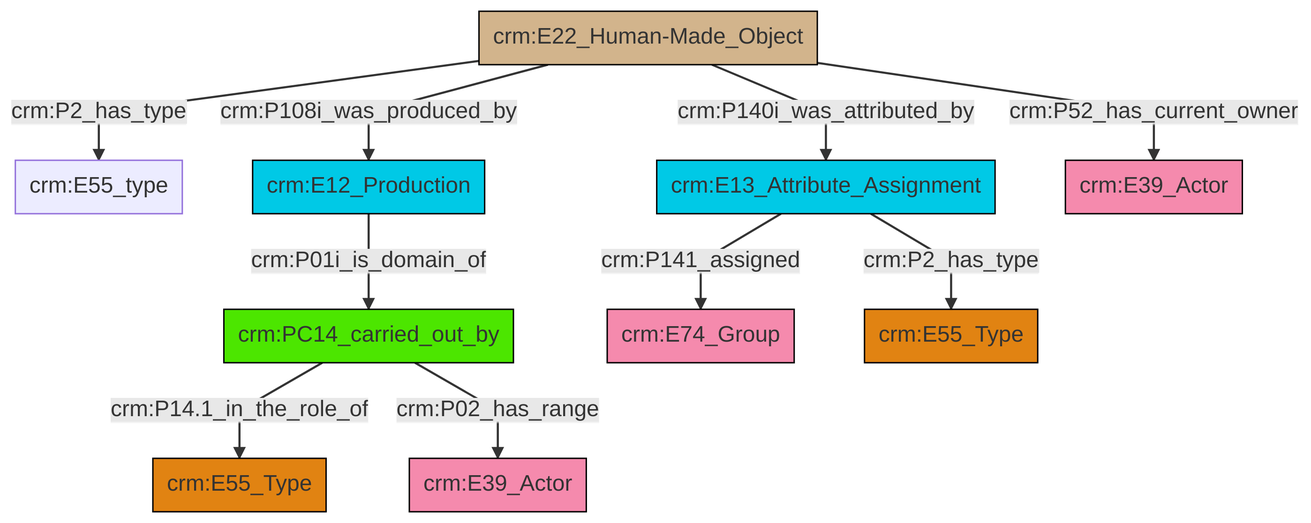
Before: et/builtWorkCSV/ttl/mmd/png/Built_Work_actor_relations.png, a diagram exported from Mermaid (swiss-art-research-net/reference-data-models). Its source is kept beside it as et/builtWorkCSV/ttl/mmd/Built_Work_actor_relations.ttl.mmd.
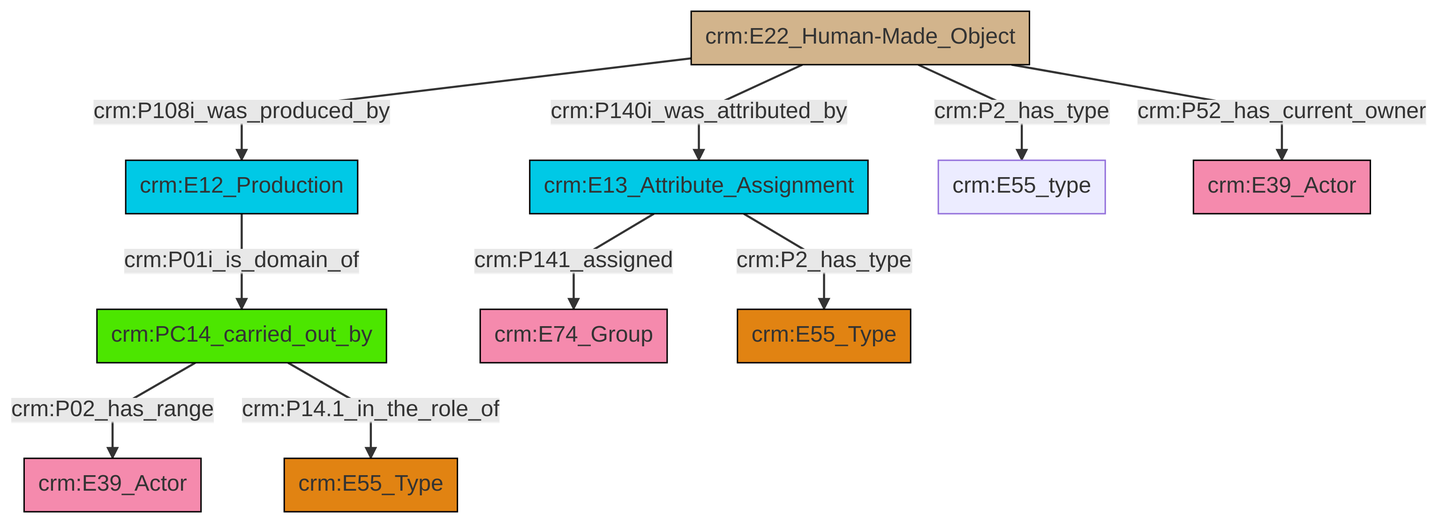
The same file after the commit.

The edit, as a diff of the source:
```diff
@@ -13,12 +13,12 @@
 classDef PC_Classes fill:#4ce600, stroke:#000000;
 classDef Multi fill:#cccccc,stroke:#000000;
 
-0["crm:E22_Human-Made_Object"]:::Physical_Thing -->|crm:P2_has_type| 1["crm:E55_type"]:::Default
-0["crm:E22_Human-Made_Object"]:::Physical_Thing -->|crm:P108i_was_produced_by| 8["crm:E12_Production"]:::Temporal_Entity
-9["crm:E13_Attribute_Assignment"]:::Temporal_Entity -->|crm:P141_assigned| 10["crm:E74_Group"]:::Actor
-0["crm:E22_Human-Made_Object"]:::Physical_Thing -->|crm:P140i_was_attributed_by| 9["crm:E13_Attribute_Assignment"]:::Temporal_Entity
-8["crm:E12_Production"]:::Temporal_Entity -->|crm:P01i_is_domain_of| 6["crm:PC14_carried_out_by"]:::PC_Classes
-6["crm:PC14_carried_out_by"]:::PC_Classes -->|crm:P14.1_in_the_role_of| 11["crm:E55_Type"]:::Type
-6["crm:PC14_carried_out_by"]:::PC_Classes -->|crm:P02_has_range| 13["crm:E39_Actor"]:::Actor
-9["crm:E13_Attribute_Assignment"]:::Temporal_Entity -->|crm:P2_has_type| 4["crm:E55_Type"]:::Type
-0["crm:E22_Human-Made_Object"]:::Physical_Thing -->|crm:P52_has_current_owner| 2["crm:E39_Actor"]:::Actor
+2["crm:E22_Human-Made_Object"]:::Physical_Thing -->|crm:P108i_was_produced_by| 3["crm:E12_Production"]:::Temporal_Entity
+5["crm:PC14_carried_out_by"]:::PC_Classes -->|crm:P02_has_range| 6["crm:E39_Actor"]:::Actor
+2["crm:E22_Human-Made_Object"]:::Physical_Thing -->|crm:P140i_was_attributed_by| 0["crm:E13_Attribute_Assignment"]:::Temporal_Entity
+0["crm:E13_Attribute_Assignment"]:::Temporal_Entity -->|crm:P141_assigned| 9["crm:E74_Group"]:::Actor
+3["crm:E12_Production"]:::Temporal_Entity -->|crm:P01i_is_domain_of| 5["crm:PC14_carried_out_by"]:::PC_Classes
+5["crm:PC14_carried_out_by"]:::PC_Classes -->|crm:P14.1_in_the_role_of| 12["crm:E55_Type"]:::Type
+2["crm:E22_Human-Made_Object"]:::Physical_Thing -->|crm:P52_has_current_owner| 15["crm:E39_Actor"]:::Actor
+2["crm:E22_Human-Made_Object"]:::Physical_Thing -->|crm:P2_has_type| 7["crm:E55_type"]:::Default
+0["crm:E13_Attribute_Assignment"]:::Temporal_Entity -->|crm:P2_has_type| 10["crm:E55_Type"]:::Type
```
